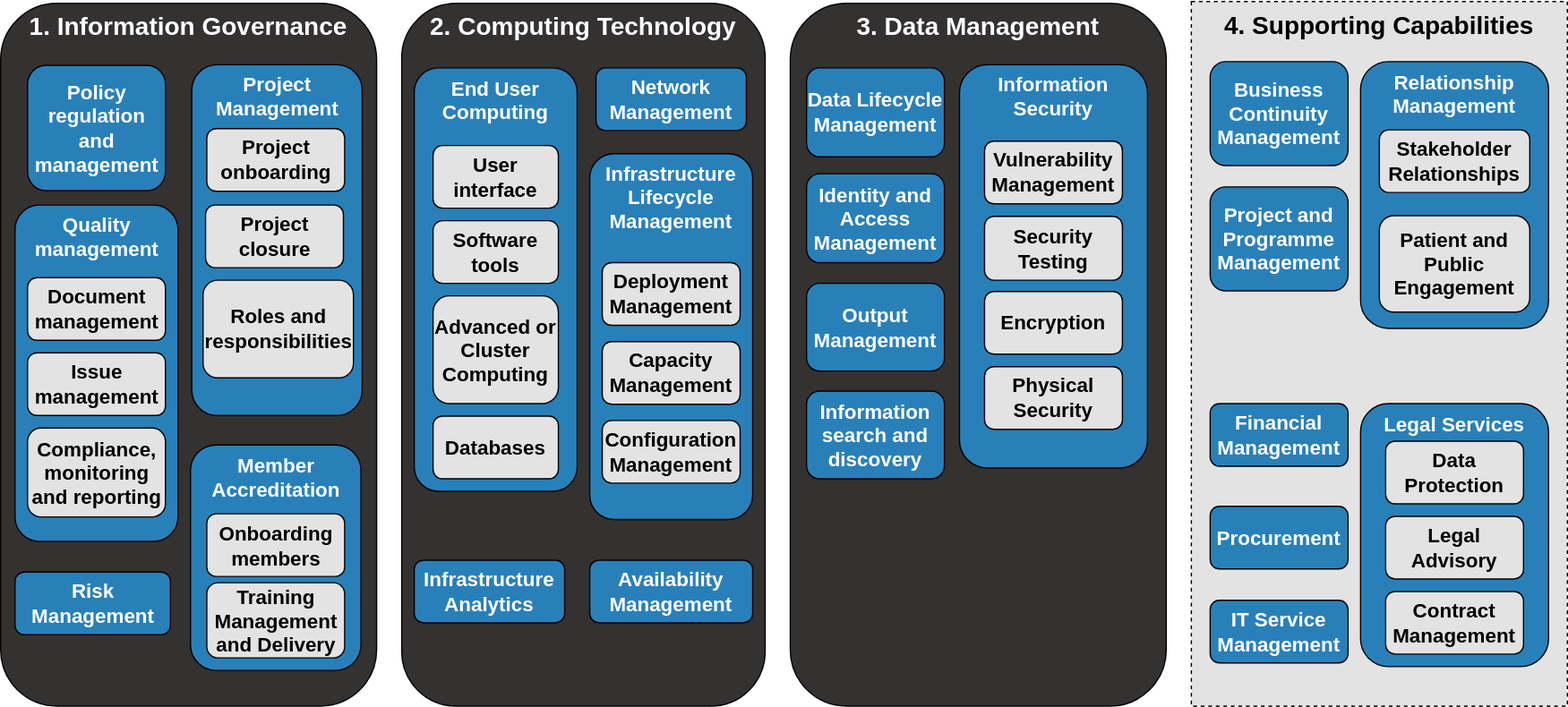
The draw.io diagram docs/images/Capability_Map/full.drawio.svg in sa-tre/satre-specification, before a commit. Source tidied: cells renumbered, new cells last; positions are measured from the earlier drawing's top-left corner, leaving out a move shared by most shapes.
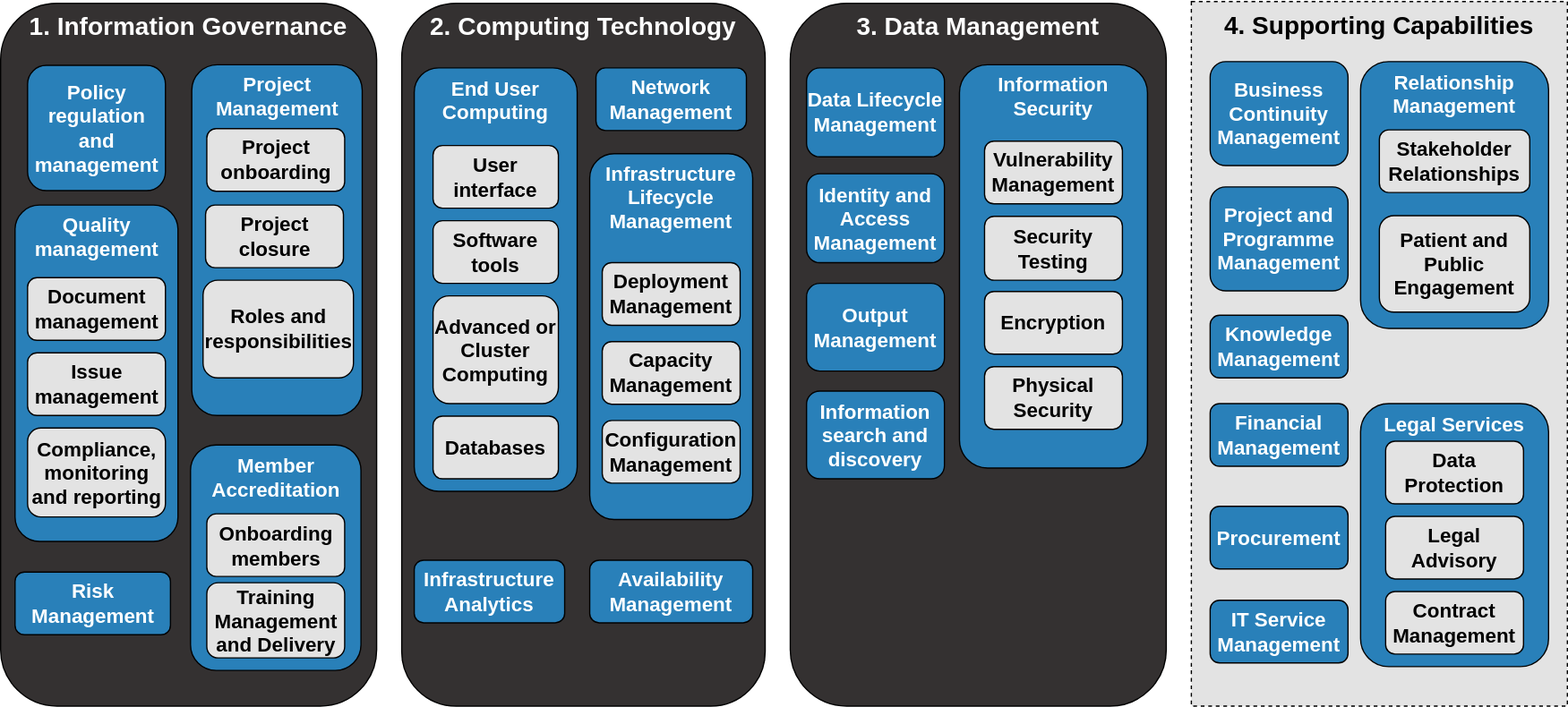
After the commit.

Commit message:
add Knowledge Management

Change to the diagram source:
```diff
@@ -152,5 +152,8 @@
     <mxCell id="51" value="IT Service Management" style="rounded=1;whiteSpace=wrap;html=1;fillColor=#2980B9;strokeColor=#000000;fontSize=16;fontStyle=1;fontColor=#FFFFFF;" parent="1" vertex="1">
       <mxGeometry x="965" y="477.5" width="110" height="50" as="geometry" />
     </mxCell>
+    <mxCell id="52" value="Knowledge Management" style="rounded=1;whiteSpace=wrap;html=1;fillColor=#2980B9;strokeColor=#000000;fontSize=16;fontStyle=1;fontColor=#FFFFFF;" parent="1" vertex="1">
+      <mxGeometry x="965" y="250" width="110" height="50" as="geometry" />
+    </mxCell>
   </root>
 </mxGraphModel>
```
